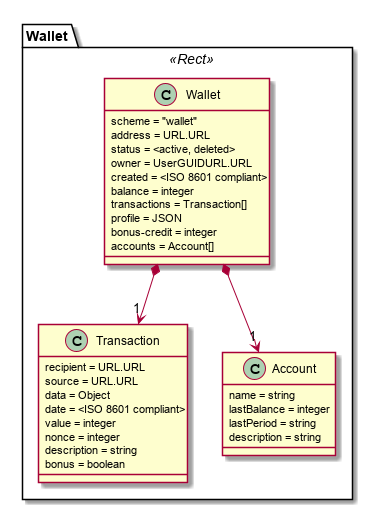
Before: datamodel/data-objects/wallet/Wallet-Data-Object-Model.png, a diagram exported from PlantUML (reTHINK-project/specs).
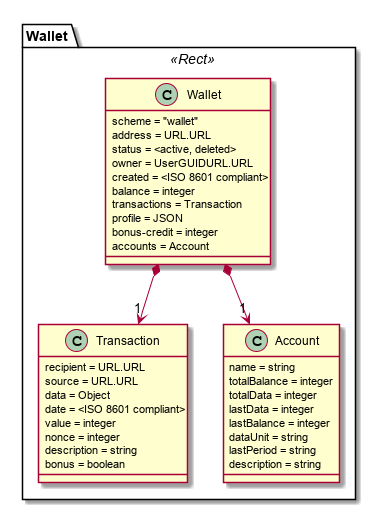
After the change.

Diff of the diagram source:
```diff
@@ -9,10 +9,10 @@
 		owner = UserGUIDURL.URL
 		created = <ISO 8601 compliant>
 		balance = integer
-		transactions = Transaction[]
+		transactions = Transaction
 		profile = JSON
 		bonus-credit = integer
-		accounts = Account[]
+		accounts = Account
 	}
 
 	class Transaction {
@@ -28,7 +28,11 @@
 
 	class Account {
 		name = string
+		totalBalance = integer
+		totalData = integer
+		lastData = integer
 		lastBalance = integer
+		dataUnit = string
     lastPeriod = string
     description = string
 	}
```
